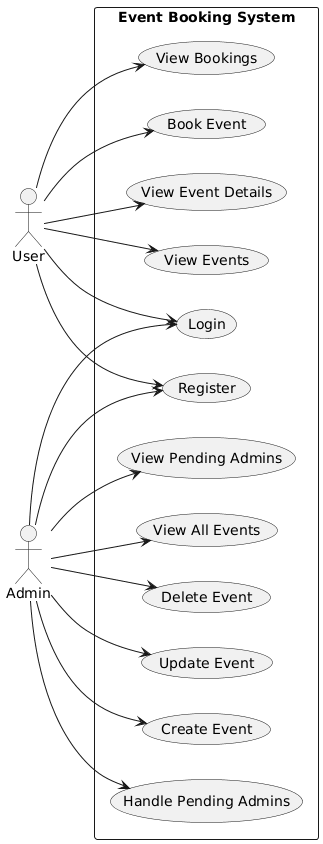
Before: diagrams/use case.png, a diagram exported from PlantUML (roaa46/event-booking-system).
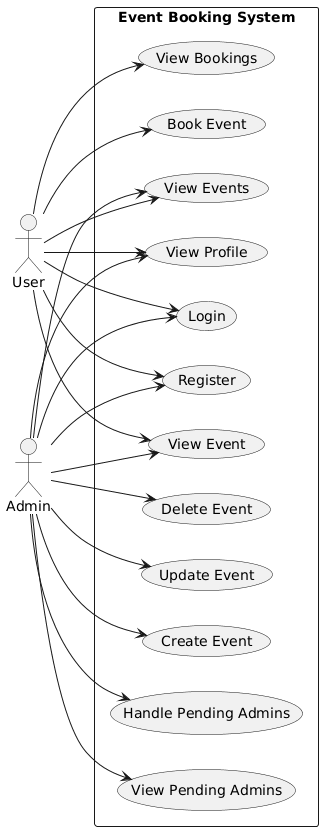
The same file after the commit.

Commit message:
add view profile feature and fix logical errors

What changed in the source:
```diff
@@ -8,7 +8,7 @@
   (Register) as UC1
   (Login) as UC2
   (View Events) as UC3
-  (View Event Details) as UC4
+  (View Event) as UC4
   (Book Event) as UC5
   (View Bookings) as UC6
 
@@ -16,8 +16,8 @@
   (Create Event) as UC8
   (Update Event) as UC9
   (Delete Event) as UC10
-  (View All Events) as UC11
   (View Pending Admins) as UC12
+(View Profile) as UC13
 
   User --> UC1
   User --> UC2
@@ -25,14 +25,17 @@
   User --> UC4
   User --> UC5
   User --> UC6
+User --> UC13
 
   Admin --> UC1
   Admin --> UC2
   Admin --> UC7
   Admin --> UC8
   Admin --> UC9
-  Admin --> UC10
-  Admin --> UC11
+Admin --> UC10
+  Admin --> UC3
+Admin --> UC4
   Admin --> UC12
+Admin --> UC13
 }
 @enduml
```
